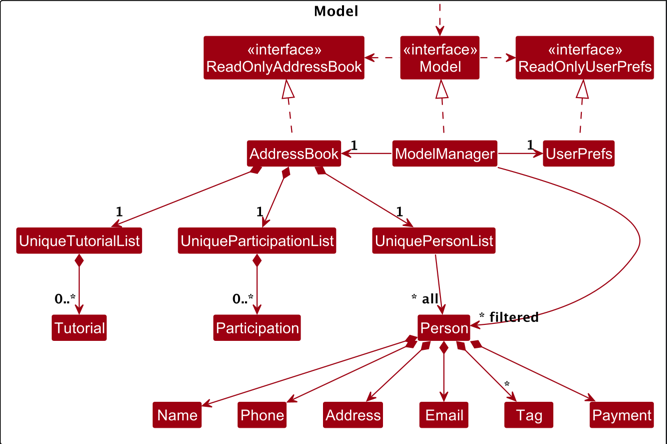
Before: docs/images/ModelClassDiagram.png, a diagram exported from PlantUML (nus-cs2103-AY2425S1/tp). Its source is kept beside it as docs/diagrams/ModelClassDiagram.puml.
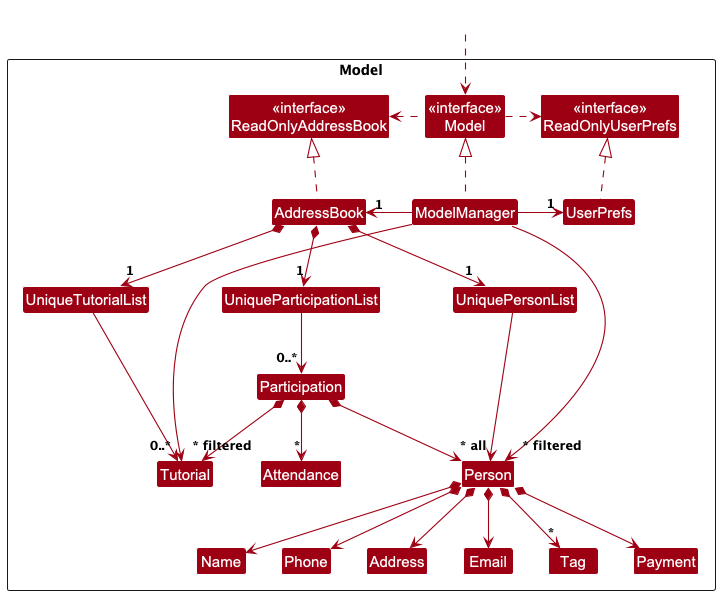
The same diagram one commit later.

Commit message:
Update Model Section of DG

The edit, as a diff of the source:
```diff
@@ -23,6 +23,7 @@
 
 Class Tutorial
 Class UniqueTutorialList
+Class Attendance
 
 Class Participation
 Class UniqueParticipationList
@@ -53,17 +54,25 @@
 Person *--> "*" Tag
 
 AddressBook *--> "1" UniqueTutorialList
-UniqueTutorialList *-->"0..*" Tutorial
+UniqueTutorialList -->"0..*" Tutorial
+Participation *--> Tutorial
 
 AddressBook *--> "1" UniqueParticipationList
-UniqueParticipationList *-->"0..*" Participation
+UniqueParticipationList -->"0..*" Participation
+Participation *--> Person
+Participation *--> "*" Attendance
+ModelManager -down-> "~* filtered" Tutorial
+
 
 Person -[hidden]up--> AddressBook
 UniquePersonList -[hidden]right-> I
+UniqueParticipationList -[hidden]right-> I
+UniqueTutorialList -[hidden]left-> I
 
+Person -[hidden]left-> I
 Name -[hidden]right-> Phone
 Phone -[hidden]right-> Address
 Address -[hidden]right-> Email
 
-ModelManager --> "~* filtered" Person
+ModelManager -down-> "~* filtered" Person
 @enduml
```
